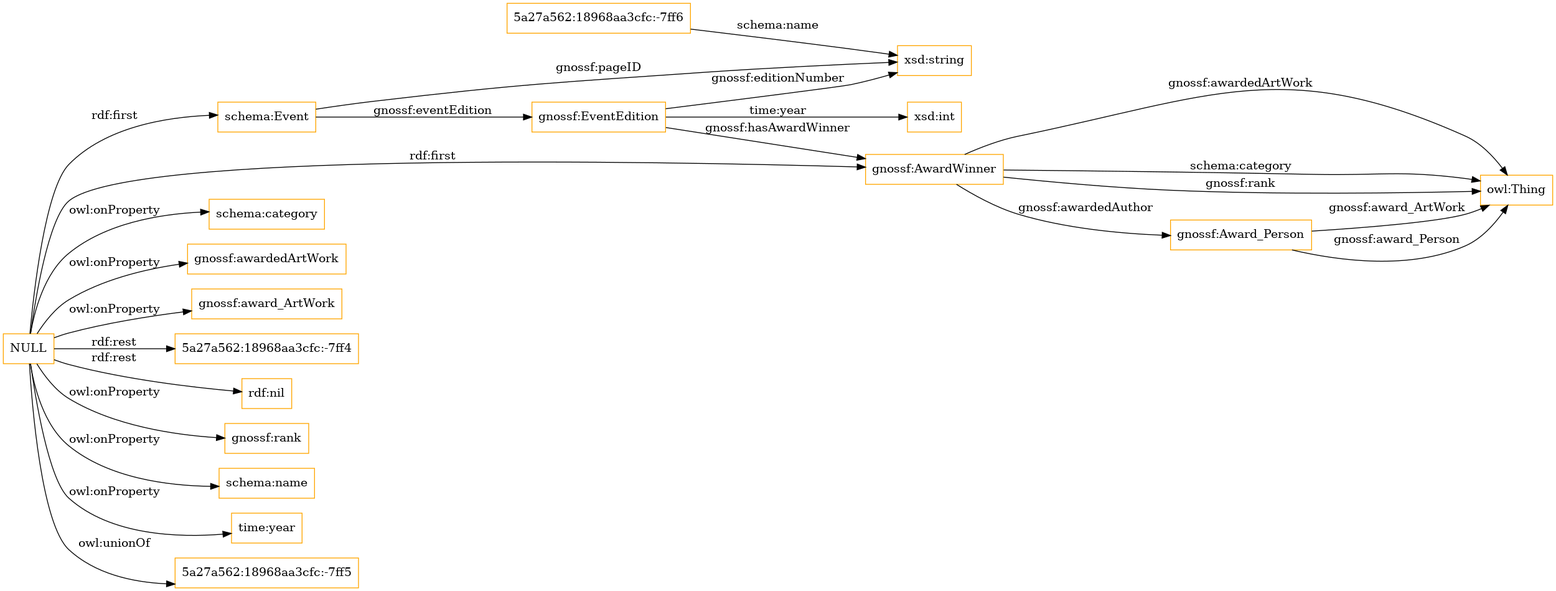
Before: OnToology/gfpremio.owl/diagrams/ar2dtool-class/gfpremio.owl.png, a diagram exported from Graphviz (sergio10mwws/ontologias-demo). Its source is kept beside it as OnToology/gfpremio.owl/diagrams/ar2dtool-class/gfpremio.owl.png.dot.
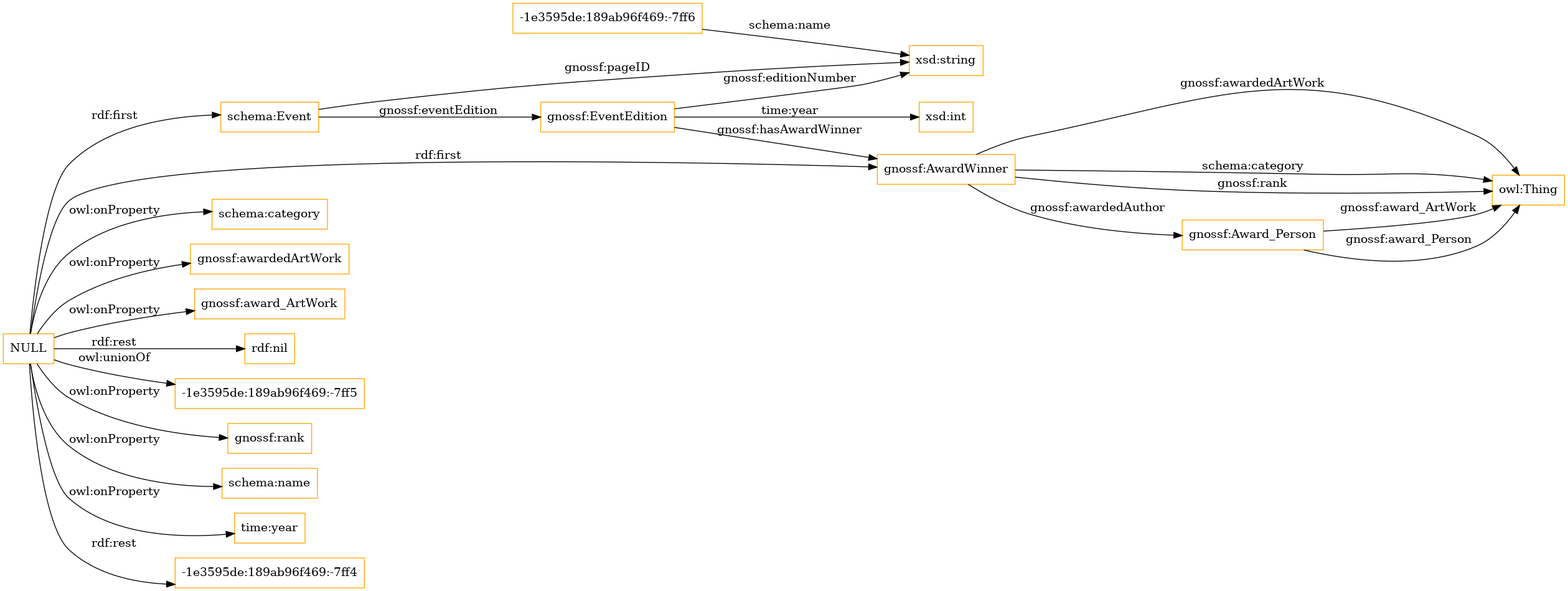
The same file after the commit.

Diff of the diagram source:
```diff
@@ -1,20 +1,20 @@
 digraph ar2dtool_diagram {
 rankdir=LR;
 size="1501"
-node [shape = rectangle, color="orange"]; "5a27a562:18968aa3cfc:-7ff6" "gnossf:AwardWinner" "schema:Event" "gnossf:Award_Person" "gnossf:EventEdition" ; /*classes style*/
+node [shape = rectangle, color="orange"]; "-1e3595de:189ab96f469:-7ff6" "gnossf:AwardWinner" "schema:Event" "gnossf:Award_Person" "gnossf:EventEdition" ; /*classes style*/
 	"NULL" -> "schema:category" [ label = "owl:onProperty" ];
 	"NULL" -> "gnossf:awardedArtWork" [ label = "owl:onProperty" ];
 	"NULL" -> "gnossf:award_ArtWork" [ label = "owl:onProperty" ];
-	"NULL" -> "5a27a562:18968aa3cfc:-7ff4" [ label = "rdf:rest" ];
 	"NULL" -> "rdf:nil" [ label = "rdf:rest" ];
 	"NULL" -> "gnossf:AwardWinner" [ label = "rdf:first" ];
+	"NULL" -> "-1e3595de:189ab96f469:-7ff5" [ label = "owl:unionOf" ];
 	"NULL" -> "gnossf:rank" [ label = "owl:onProperty" ];
 	"NULL" -> "schema:name" [ label = "owl:onProperty" ];
 	"NULL" -> "schema:Event" [ label = "rdf:first" ];
 	"NULL" -> "time:year" [ label = "owl:onProperty" ];
-	"NULL" -> "5a27a562:18968aa3cfc:-7ff5" [ label = "owl:unionOf" ];
+	"NULL" -> "-1e3595de:189ab96f469:-7ff4" [ label = "rdf:rest" ];
 	"gnossf:AwardWinner" -> "owl:Thing" [ label = "gnossf:awardedArtWork" ];
-	"5a27a562:18968aa3cfc:-7ff6" -> "xsd:string" [ label = "schema:name" ];
+	"-1e3595de:189ab96f469:-7ff6" -> "xsd:string" [ label = "schema:name" ];
 	"gnossf:EventEdition" -> "xsd:string" [ label = "gnossf:editionNumber" ];
 	"schema:Event" -> "gnossf:EventEdition" [ label = "gnossf:eventEdition" ];
 	"gnossf:Award_Person" -> "owl:Thing" [ label = "gnossf:award_Person" ];
```
